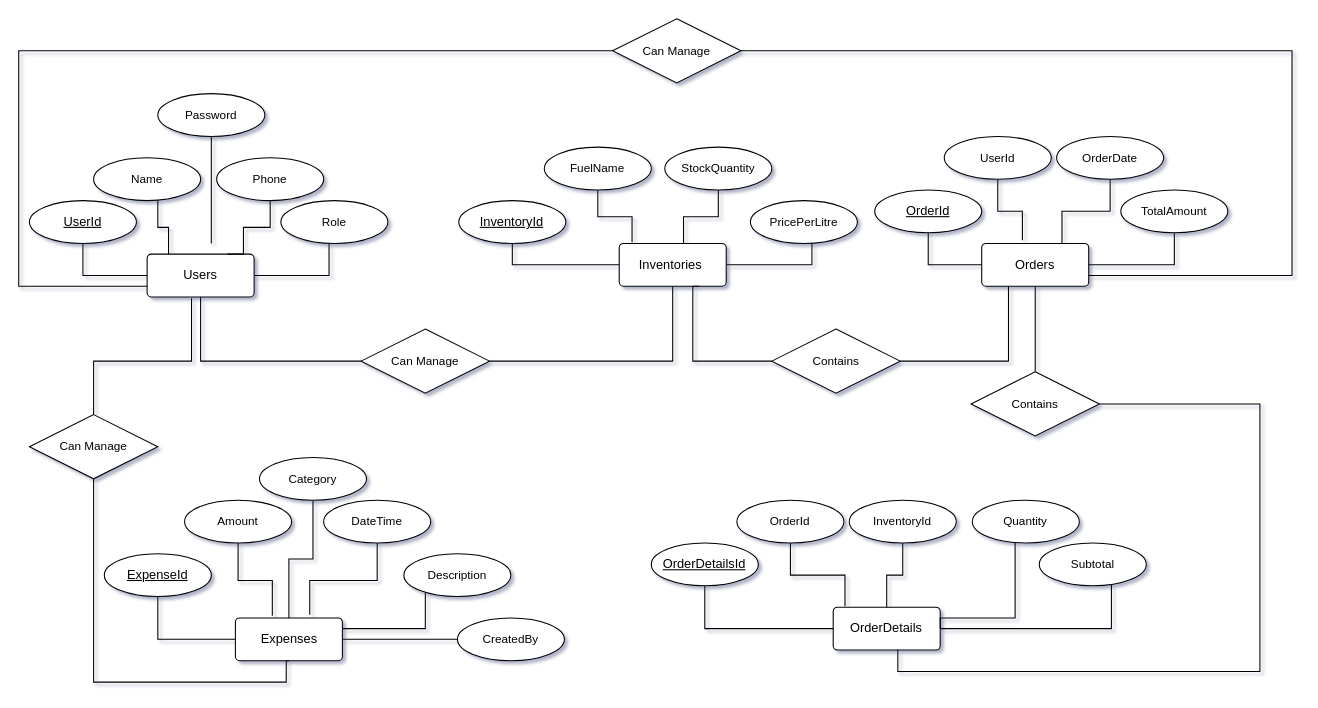
faysal-ahammed-chowdhury/Filling-Station-Management keeps this draw.io diagram as ER_Diagram.drawio. Above is the earlier version. Source tidied: cells renumbered, new cells numbered last; positions are measured from the earlier drawing's top-left corner, leaving out a move shared by most shapes. Both pictures are drawn from the tidied source at 107%, with x=0, y=0 at pixel (-35, 18).
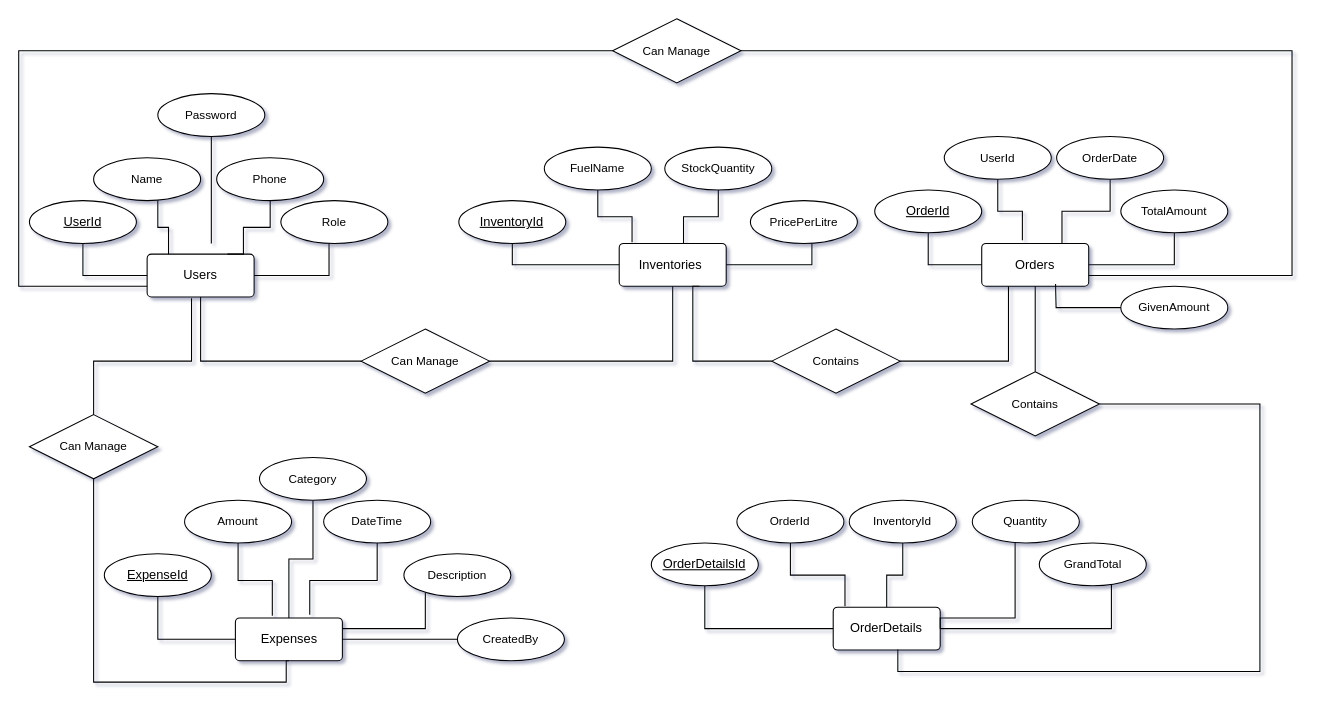
The same diagram, later.

Change to the diagram source:
```diff
@@
-    <mxCell id="42" value="Subtotal" style="ellipse;whiteSpace=wrap;html=1;align=center;fontFamily=Helvetica;fontSize=11;fontColor=default;labelBackgroundColor=default;" parent="1" vertex="1">
+    <mxCell id="42" value="GrandTotal" style="ellipse;whiteSpace=wrap;html=1;align=center;fontFamily=Helvetica;fontSize=11;fontColor=default;labelBackgroundColor=default;" parent="1" vertex="1">
       <mxGeometry x="1003.8" y="490" width="100" height="40" as="geometry" />
     </mxCell>
@@
+    <mxCell id="72" value="GivenAmount" style="ellipse;whiteSpace=wrap;html=1;align=center;fontFamily=Helvetica;fontSize=11;fontColor=default;labelBackgroundColor=default;" parent="1" vertex="1">
+      <mxGeometry x="1080" y="250" width="100" height="40" as="geometry" />
+    </mxCell>
+    <mxCell id="73" style="edgeStyle=orthogonalEdgeStyle;rounded=0;jettySize=auto;html=1;endArrow=none;endFill=0;" parent="1" edge="1" source="72">
+      <mxGeometry relative="1" as="geometry">
+        <mxPoint x="1019" y="248" as="targetPoint" />
+      </mxGeometry>
+    </mxCell>
```
